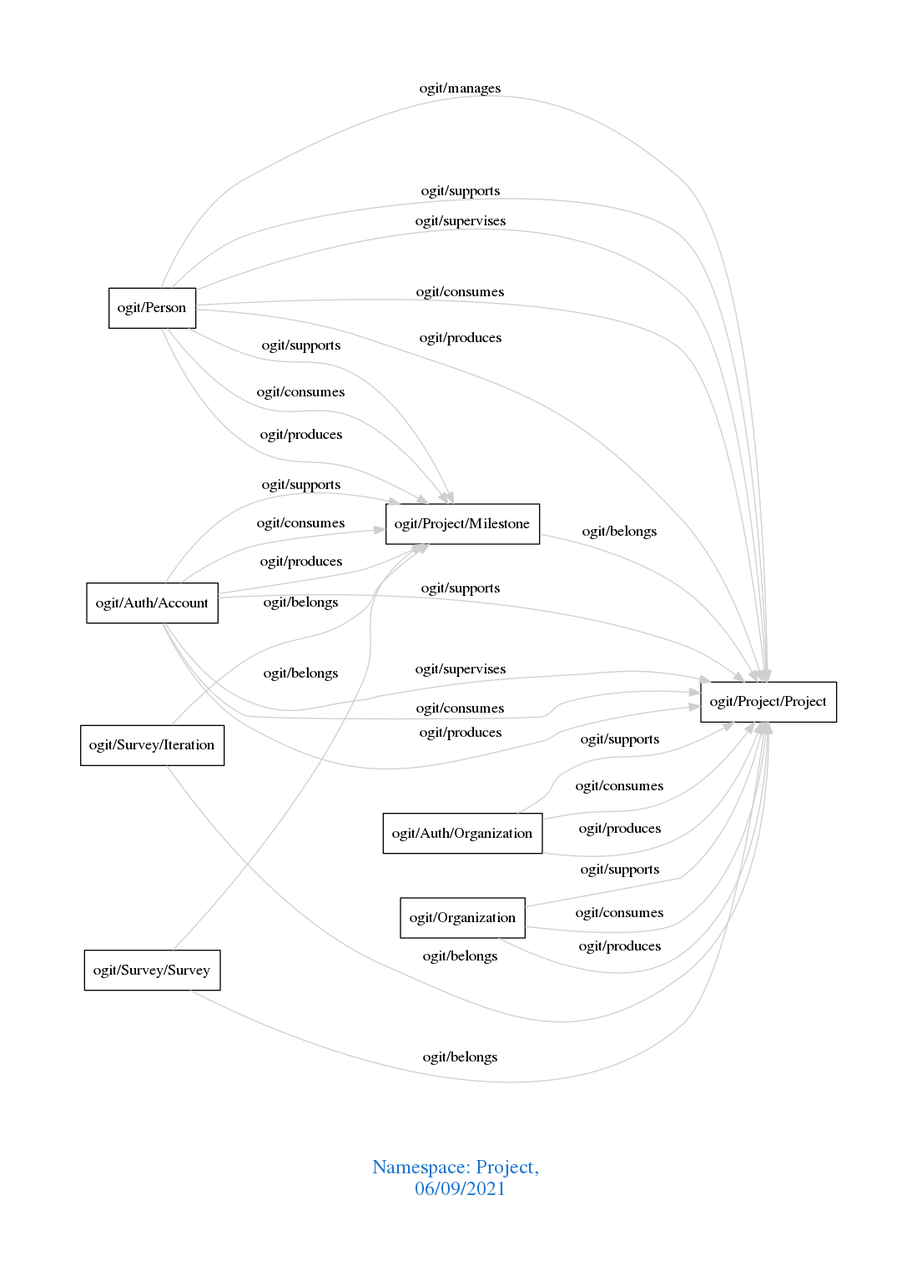
The Graphviz diagram downloads/Project.png in arago/OGIT, before a commit. Its source is kept beside it as downloads/Project.dot.
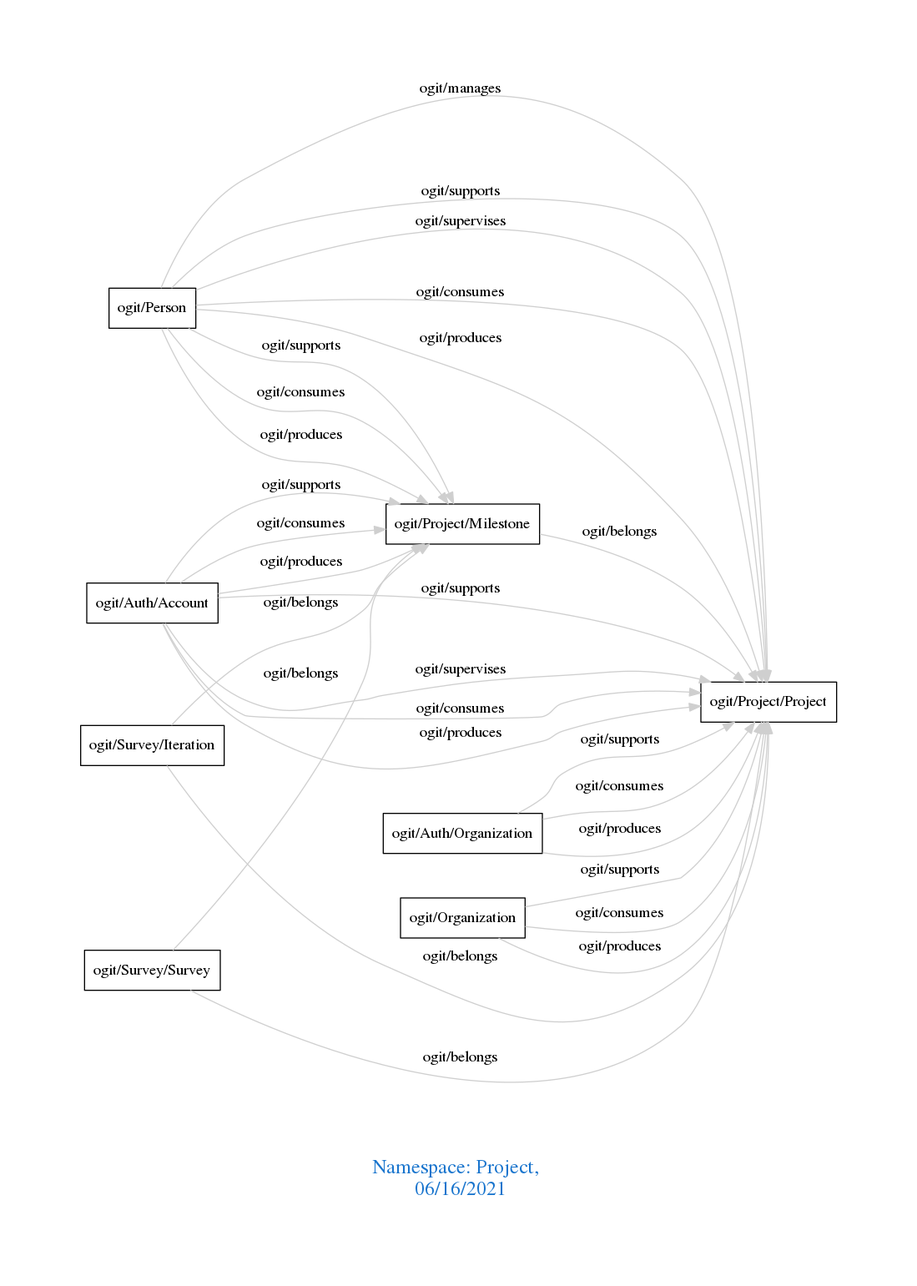
Later version of the same file.

The edit, as a diff of the source:
```diff
@@ -1,7 +1,7 @@
 digraph OGIT_ontology {
  graph [ rankdir= LR,pad=1
 fontsize = 18,
-fontcolor= dodgerblue3,label = "\n\n\nNamespace: Project, \n 06/09/2021"];
+fontcolor= dodgerblue3,label = "\n\n\nNamespace: Project, \n 06/16/2021"];
 node[shape=polygon];
 edge [  color="gray81"];
 
```
